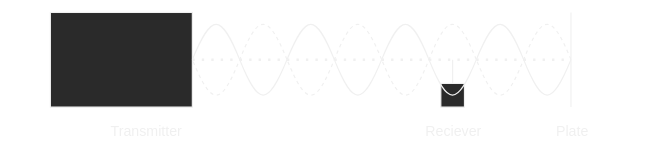
The draw.io diagram Untitled Diagram 1.svg in Irenezs/Notes, before a commit. Source tidied: cells renumbered, new cells last; positions are measured from the earlier drawing's top-left corner, leaving out a move shared by most shapes. Source of this version:
```xml
<mxGraphModel>
  <root>
    <mxCell id="0" />
    <mxCell id="1" parent="0" />
    <mxCell id="2" style="endArrow=none;html=1;" parent="1" edge="1">
      <mxGeometry relative="1" as="geometry">
        <mxPoint x="440" y="80" as="sourcePoint" />
        <mxPoint x="440" as="targetPoint" />
      </mxGeometry>
    </mxCell>
    <mxCell id="3" style="endArrow=none;html=1;exitX=0.5;exitY=0;exitDx=0;exitDy=0;" parent="1" edge="1">
      <mxGeometry relative="1" as="geometry">
        <mxPoint x="340" y="60" as="sourcePoint" />
        <mxPoint x="340" y="40" as="targetPoint" />
      </mxGeometry>
    </mxCell>
    <mxCell id="4" style="rounded=0;whiteSpace=wrap;html=1;" parent="1" vertex="1">
      <mxGeometry width="120" height="80" as="geometry" />
    </mxCell>
    <mxCell id="5" style="verticalLabelPosition=bottom;shadow=0;dashed=0;align=center;html=1;verticalAlign=top;shape=mxgraph.electrical.waveforms.sine_wave;fontStyle=1;" parent="1" vertex="1">
      <mxGeometry x="120" width="80" height="80" as="geometry" />
    </mxCell>
    <mxCell id="6" style="verticalLabelPosition=bottom;shadow=0;dashed=0;align=center;html=1;verticalAlign=top;shape=mxgraph.electrical.waveforms.sine_wave;fontStyle=1;" parent="1" vertex="1">
      <mxGeometry x="200" width="80" height="80" as="geometry" />
    </mxCell>
    <mxCell id="7" style="verticalLabelPosition=bottom;shadow=0;dashed=0;align=center;html=1;verticalAlign=top;shape=mxgraph.electrical.waveforms.sine_wave;fontStyle=1;" parent="1" vertex="1">
      <mxGeometry x="360" width="80" height="80" as="geometry" />
    </mxCell>
    <mxCell id="8" style="endArrow=none;dashed=1;html=1;dashPattern=1 3;strokeWidth=2;" parent="1" edge="1" source="4">
      <mxGeometry relative="1" as="geometry">
        <mxPoint x="440" y="40" as="targetPoint" />
      </mxGeometry>
    </mxCell>
    <mxCell id="9" style="rounded=0;whiteSpace=wrap;html=1;" parent="1" vertex="1">
      <mxGeometry x="330" y="60" width="20" height="20" as="geometry" />
    </mxCell>
    <mxCell id="10" style="verticalLabelPosition=bottom;shadow=0;dashed=0;align=center;html=1;verticalAlign=top;shape=mxgraph.electrical.waveforms.sine_wave;fontStyle=1;" parent="1" vertex="1">
      <mxGeometry x="280" width="80" height="80" as="geometry" />
    </mxCell>
    <mxCell id="11" value="Reciever" style="text;html=1;strokeColor=none;fillColor=none;align=center;verticalAlign=middle;whiteSpace=wrap;rounded=0;" parent="1" vertex="1">
      <mxGeometry x="320" y="90" width="40" height="20" as="geometry" />
    </mxCell>
    <mxCell id="12" value="Plate" style="text;html=1;align=center;verticalAlign=middle;strokeColor=none;" parent="1" vertex="1">
      <mxGeometry x="420" y="90" width="40" height="20" as="geometry" />
    </mxCell>
    <mxCell id="13" value="Transmitter" style="text;html=1;align=center;verticalAlign=middle;strokeColor=none;" parent="1" vertex="1">
      <mxGeometry x="40" y="90" width="80" height="20" as="geometry" />
    </mxCell>
    <mxCell id="14" style="verticalLabelPosition=bottom;shadow=0;dashed=1;align=center;html=1;verticalAlign=top;shape=mxgraph.electrical.waveforms.sine_wave;fontStyle=1;rotation=-180;direction=west;flipH=1;" parent="1" vertex="1">
      <mxGeometry x="120" width="80" height="80" as="geometry" />
    </mxCell>
    <mxCell id="15" style="verticalLabelPosition=bottom;shadow=0;dashed=1;align=center;html=1;verticalAlign=top;shape=mxgraph.electrical.waveforms.sine_wave;fontStyle=1;rotation=-180;direction=west;flipH=1;" parent="1" vertex="1">
      <mxGeometry x="200" width="80" height="80" as="geometry" />
    </mxCell>
    <mxCell id="16" style="verticalLabelPosition=bottom;shadow=0;dashed=1;align=center;html=1;verticalAlign=top;shape=mxgraph.electrical.waveforms.sine_wave;fontStyle=1;rotation=-180;direction=west;flipH=1;" parent="1" vertex="1">
      <mxGeometry x="280" width="80" height="80" as="geometry" />
    </mxCell>
    <mxCell id="17" style="verticalLabelPosition=bottom;shadow=0;dashed=1;align=center;html=1;verticalAlign=top;shape=mxgraph.electrical.waveforms.sine_wave;fontStyle=1;rotation=-180;direction=west;flipH=1;" parent="1" vertex="1">
      <mxGeometry x="360" width="80" height="80" as="geometry" />
    </mxCell>
  </root>
</mxGraphModel>
```
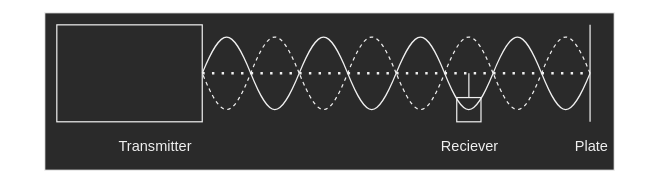
The same diagram one commit later.

Change to the diagram source:
```diff
@@ -2,6 +2,9 @@
   <root>
     <mxCell id="0" />
     <mxCell id="1" parent="0" />
+    <mxCell id="18" style="rounded=0;whiteSpace=wrap;html=1;" parent="1" vertex="1">
+      <mxGeometry x="-10" y="-10" width="470" height="130" as="geometry" />
+    </mxCell>
     <mxCell id="2" style="endArrow=none;html=1;" parent="1" edge="1">
       <mxGeometry relative="1" as="geometry">
         <mxPoint x="440" y="80" as="sourcePoint" />
```
